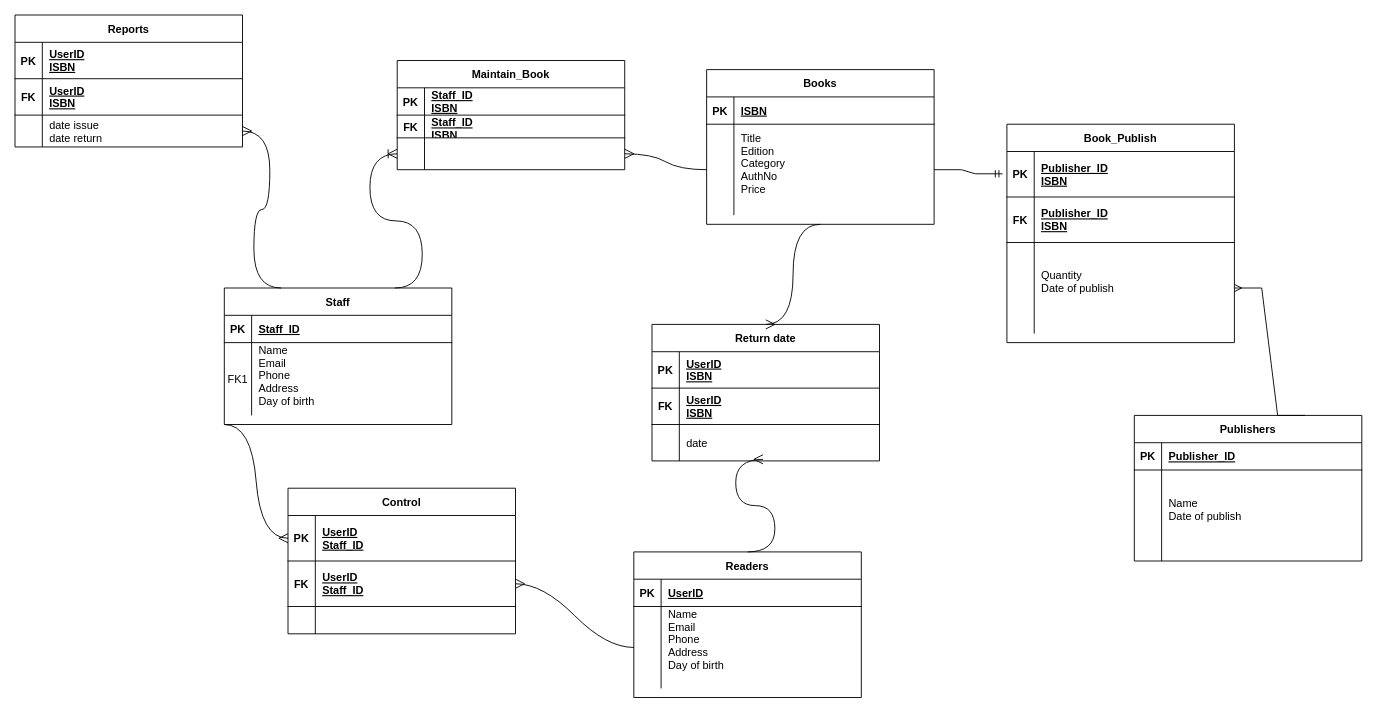
The draw.io diagram Lib_ERD.drawio in PhiLong1st/Library_Management_BE2, before the edit. Source tidied: cells renumbered, new cells numbered last; positions are measured from the earlier drawing's top-left corner, leaving out a move shared by most shapes. Both pictures are drawn from the tidied source at 91%, with x=0, y=0 at pixel (15, 15).
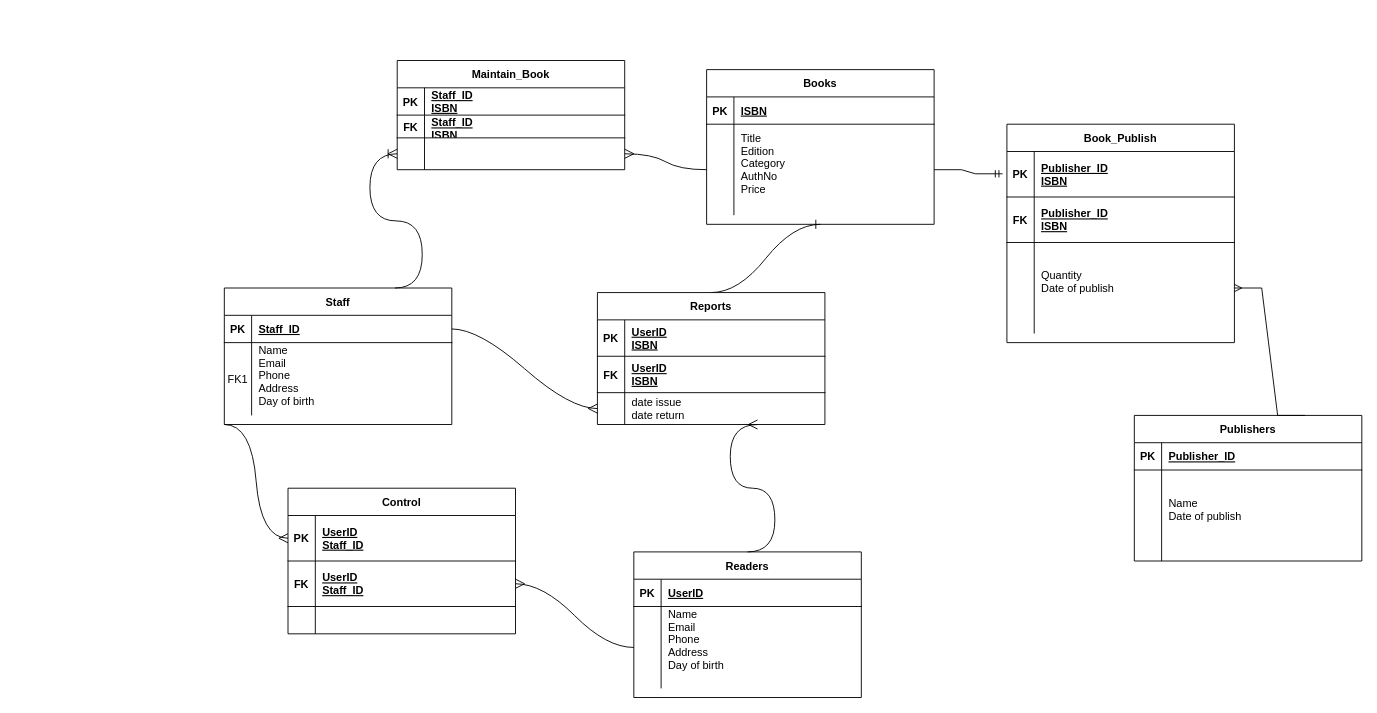
The same page after the edit.

The change refers to these unchanged cells:
```xml
<mxCell id="2" value="Staff" style="shape=table;startSize=30;childLayout=tableLayout;rowLines=0;fontStyle=1;align=center;" parent="1" vertex="1">
  <mxGeometry x="230" y="300" width="250" height="150" as="geometry" />
</mxCell>
<mxCell id="3" style="shape=partialRectangle;fillColor=none;points=[[0,0.5],[1,0.5]];portConstraint=eastwest;top=0;left=0;right=0;bottom=1;" parent="2" vertex="1">
  <mxGeometry y="30" width="250" height="30" as="geometry" />
</mxCell>
<mxCell id="9" value="Books" style="shape=table;startSize=30;childLayout=tableLayout;rowLines=0;fontStyle=1;align=center;" parent="1" vertex="1">
  <mxGeometry x="760" y="60" width="250" height="170" as="geometry" />
</mxCell>
<mxCell id="57" value="Readers" style="shape=table;startSize=30;childLayout=tableLayout;rowLines=0;fontStyle=1;align=center;" parent="1" vertex="1">
  <mxGeometry x="680" y="590" width="250" height="160" as="geometry" />
</mxCell>
<mxCell id="85" style="shape=partialRectangle;fillColor=none;points=[[0,0.5],[1,0.5]];portConstraint=eastwest;top=0;left=0;right=0;bottom=0;" parent="78" vertex="1">
  <mxGeometry y="110" width="250" height="35" as="geometry" />
</mxCell>
```

The edit, as a diff of the source:
```diff
@@
-    <mxCell id="66" value="Return date" style="shape=table;startSize=30;childLayout=tableLayout;rowLines=0;fontStyle=1;align=center;" parent="1" vertex="1">
-      <mxGeometry x="700" y="340" width="250" height="150" as="geometry" />
-    </mxCell>
-    <mxCell id="67" style="shape=partialRectangle;fillColor=none;top=0;left=0;right=0;bottom=1;" parent="66" vertex="1">
-      <mxGeometry y="30" width="250" height="40" as="geometry" />
-    </mxCell>
-    <mxCell id="68" value="PK" style="shape=partialRectangle;overflow=hidden;fillColor=none;top=0;left=0;bottom=0;right=0;fontStyle=1;" parent="67" vertex="1">
-      <mxGeometry width="30" height="40" as="geometry" />
-    </mxCell>
-    <mxCell id="69" value="UserID&#10;ISBN" style="shape=partialRectangle;overflow=hidden;fillColor=none;top=0;left=0;bottom=0;right=0;align=left;spacingLeft=6;fontStyle=5;" parent="67" vertex="1">
-      <mxGeometry x="30" width="220" height="40" as="geometry" />
-    </mxCell>
-    <mxCell id="70" style="shape=partialRectangle;fillColor=none;top=0;left=0;right=0;bottom=1;" parent="66" vertex="1">
-      <mxGeometry y="70" width="250" height="40" as="geometry" />
-    </mxCell>
-    <mxCell id="71" value="FK" style="shape=partialRectangle;overflow=hidden;fillColor=none;top=0;left=0;bottom=0;right=0;fontStyle=1;" parent="70" vertex="1">
-      <mxGeometry width="30" height="40" as="geometry" />
-    </mxCell>
-    <mxCell id="72" value="UserID&#10;ISBN" style="shape=partialRectangle;overflow=hidden;fillColor=none;top=0;left=0;bottom=0;right=0;align=left;spacingLeft=6;fontStyle=5;" parent="70" vertex="1">
-      <mxGeometry x="30" width="220" height="40" as="geometry" />
-    </mxCell>
-    <mxCell id="73" style="shape=partialRectangle;fillColor=none;points=[[0,0.5],[1,0.5]];portConstraint=eastwest;top=0;left=0;right=0;bottom=0;" parent="66" vertex="1">
-      <mxGeometry y="110" width="250" height="40" as="geometry" />
-    </mxCell>
-    <mxCell id="74" style="shape=partialRectangle;overflow=hidden;fillColor=none;top=0;left=0;bottom=0;right=0;" parent="73" vertex="1">
-      <mxGeometry width="30" height="40" as="geometry" />
-    </mxCell>
-    <mxCell id="75" value="date" style="shape=partialRectangle;overflow=hidden;fillColor=none;top=0;left=0;bottom=0;right=0;align=left;spacingLeft=6;" parent="73" vertex="1">
-      <mxGeometry x="30" width="220" height="40" as="geometry" />
-    </mxCell>
-    <mxCell id="76" style="edgeStyle=entityRelationEdgeStyle;fontSize=12;html=1;endArrow=ERmany;rounded=0;startSize=8;endSize=8;curved=1;entryX=0.5;entryY=0;entryDx=0;entryDy=0;exitX=0.5;exitY=1;exitDx=0;exitDy=0;" parent="1" edge="1" source="9" target="66">
+    <mxCell id="76" style="edgeStyle=entityRelationEdgeStyle;fontSize=12;html=1;endArrow=none;rounded=0;startSize=8;endSize=8;curved=1;entryX=0.5;entryY=0;entryDx=0;entryDy=0;exitX=0.5;exitY=1;exitDx=0;exitDy=0;startArrow=ERone;startFill=0;endFill=0;" parent="1" edge="1" source="9" target="78">
       <mxGeometry relative="1" as="geometry" />
     </mxCell>
-    <mxCell id="77" style="edgeStyle=entityRelationEdgeStyle;fontSize=12;html=1;endArrow=ERmany;rounded=0;startSize=8;endSize=8;curved=1;exitX=0.5;exitY=0;exitDx=0;exitDy=0;entryX=0.488;entryY=0.956;entryDx=0;entryDy=0;entryPerimeter=0;" parent="1" edge="1" source="57" target="73">
+    <mxCell id="77" style="edgeStyle=entityRelationEdgeStyle;fontSize=12;html=1;endArrow=ERmany;rounded=0;startSize=8;endSize=8;curved=1;exitX=0.5;exitY=0;exitDx=0;exitDy=0;entryX=0.704;entryY=1;entryDx=0;entryDy=0;entryPerimeter=0;" parent="1" edge="1" source="57" target="85">
       <mxGeometry relative="1" as="geometry" />
     </mxCell>
     <mxCell id="78" value="Reports" style="shape=table;startSize=30;childLayout=tableLayout;rowLines=0;fontStyle=1;align=center;" parent="1" vertex="1">
-      <mxGeometry width="250" height="145" as="geometry" />
+      <mxGeometry x="640" y="305" width="250" height="145" as="geometry" />
     </mxCell>
@@
-    <mxCell id="88" style="edgeStyle=entityRelationEdgeStyle;fontSize=12;html=1;endArrow=ERmany;rounded=0;startSize=8;endSize=8;curved=1;exitX=0.25;exitY=0;exitDx=0;exitDy=0;" parent="1" edge="1" source="2" target="85">
+    <mxCell id="88" style="edgeStyle=entityRelationEdgeStyle;fontSize=12;html=1;endArrow=ERmany;rounded=0;startSize=8;endSize=8;curved=1;exitX=1;exitY=0.5;exitDx=0;exitDy=0;" parent="1" edge="1" source="3" target="85">
       <mxGeometry relative="1" as="geometry" />
     </mxCell>
```
